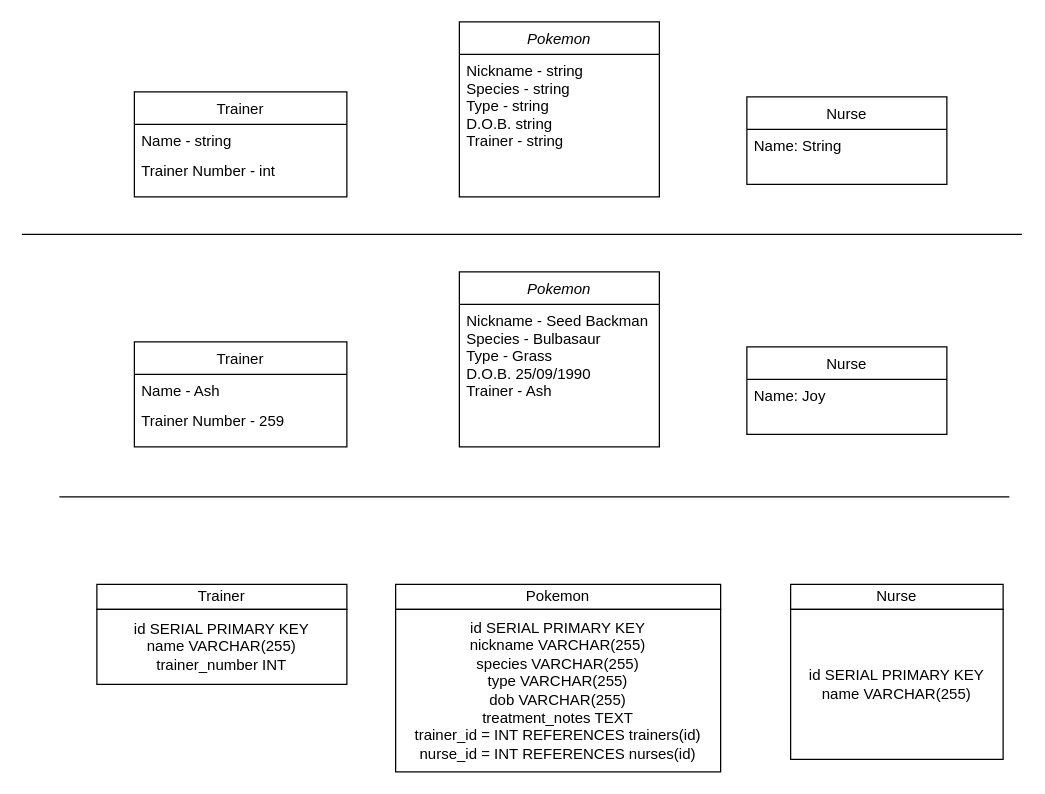
Earlier version of the draw.io diagram planning/PokeCenter Class diagram.drawio (Simon2591990/PokeCenter). Source tidied: cells renumbered, new cells numbered last; positions are measured from the earlier drawing's top-left corner, leaving out a move shared by most shapes. Both pictures are drawn from the tidied source at 125%, with x=0, y=0 at pixel (21, 21).
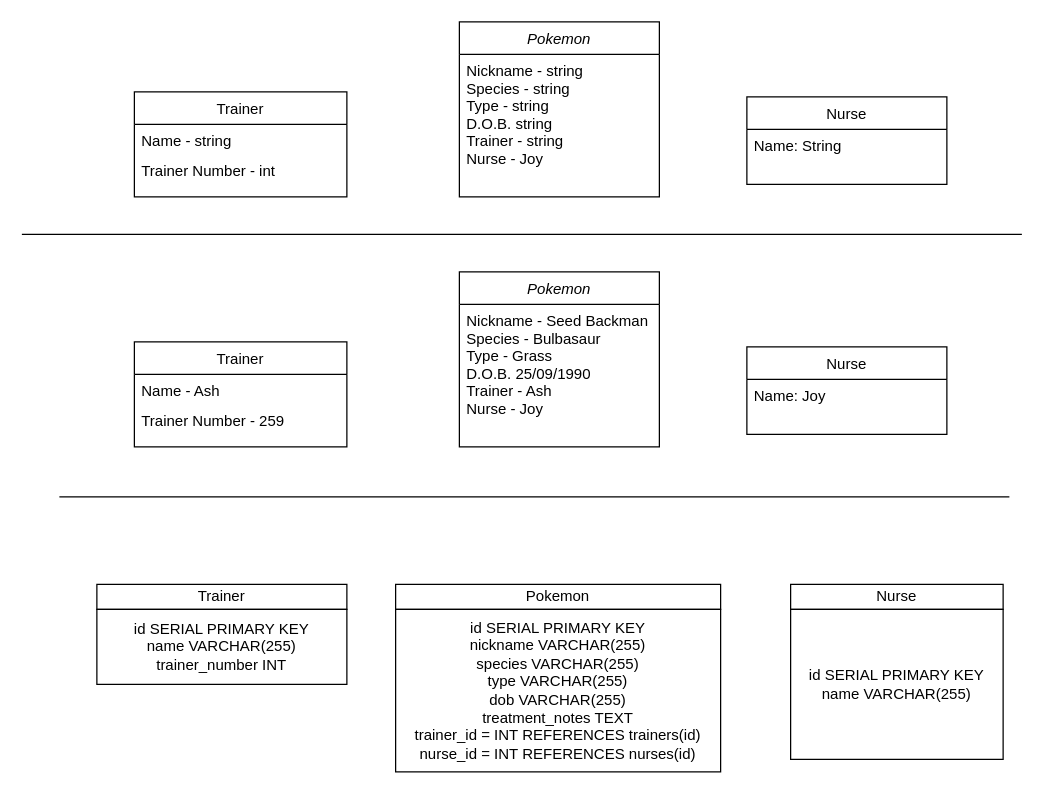
The same page after the edit.

Commit message (it also covers changes not shown here):
fixed bug with editing nurse

Unchanged cells that the change refers to:
```xml
<mxCell id="2" value="Pokemon" style="swimlane;fontStyle=2;align=center;verticalAlign=top;horizontal=1;startSize=26;rounded=0;shadow=0;strokeWidth=1;" parent="1" vertex="1">
  <mxGeometry x="350" width="160" height="140" as="geometry" />
</mxCell>
<mxCell id="18" value="Pokemon" style="swimlane;fontStyle=2;align=center;verticalAlign=top;horizontal=1;startSize=26;rounded=0;shadow=0;strokeWidth=1;" parent="1" vertex="1">
  <mxGeometry x="350" y="200" width="160" height="140" as="geometry" />
</mxCell>
```

Change to the diagram source:
```diff
@@
-    <mxCell id="3" value="Nickname - string&#10;Species - string&#10;Type - string&#10;D.O.B. string&#10;Trainer - string&#10;&#10;" style="text;align=left;verticalAlign=top;spacingLeft=4;spacingRight=4;overflow=hidden;rounded=0;shadow=0;fontStyle=0;" parent="2" vertex="1">
+    <mxCell id="3" value="Nickname - string&#10;Species - string&#10;Type - string&#10;D.O.B. string&#10;Trainer - string&#10;Nurse - Joy&#10;&#10;" style="text;align=left;verticalAlign=top;spacingLeft=4;spacingRight=4;overflow=hidden;rounded=0;shadow=0;fontStyle=0;" parent="2" vertex="1">
       <mxGeometry y="26" width="160" height="114" as="geometry" />
     </mxCell>
@@
-    <mxCell id="19" value="Nickname - Seed Backman&#10;Species - Bulbasaur&#10;Type - Grass&#10;D.O.B. 25/09/1990&#10;Trainer - Ash&#10;" style="text;align=left;verticalAlign=top;spacingLeft=4;spacingRight=4;overflow=hidden;rounded=0;shadow=0;fontStyle=0;" parent="18" vertex="1">
+    <mxCell id="19" value="Nickname - Seed Backman&#10;Species - Bulbasaur&#10;Type - Grass&#10;D.O.B. 25/09/1990&#10;Trainer - Ash&#10;Nurse - Joy&#10;" style="text;align=left;verticalAlign=top;spacingLeft=4;spacingRight=4;overflow=hidden;rounded=0;shadow=0;fontStyle=0;" parent="18" vertex="1">
       <mxGeometry y="26" width="160" height="114" as="geometry" />
     </mxCell>
```
